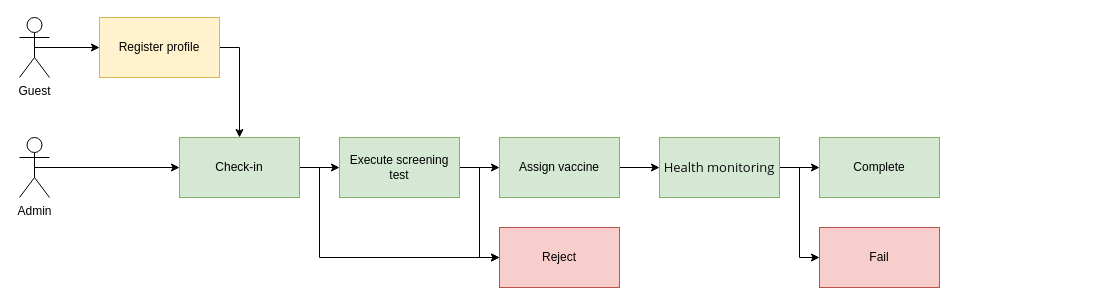
censodev/aptech_prj600 keeps this draw.io diagram as page "Injection Flow" (4 of 6) of docs/design.drawio. Above is the earlier version. Source tidied: cells renumbered, new cells numbered last; positions are measured from the earlier drawing's top-left corner, leaving out a move shared by most shapes. Both pictures are drawn from the tidied source at 100%, with x=0, y=0 at pixel (19, 17).
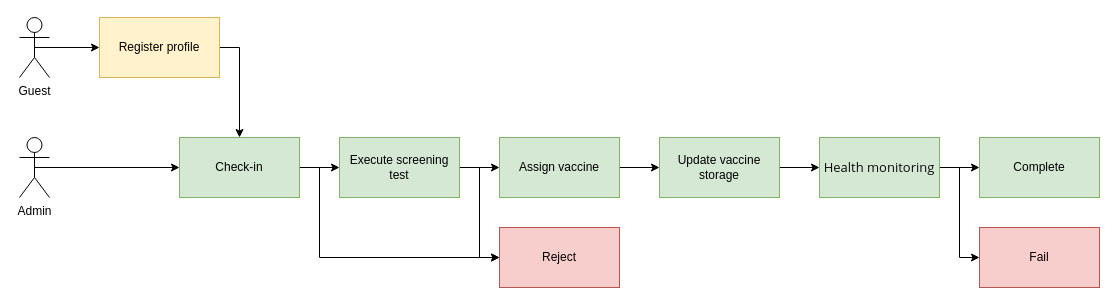
After the change.

The change refers to these unchanged cells:
```xml
<mxCell id="21" value="Assign vaccine" style="rounded=0;whiteSpace=wrap;html=1;fillColor=#d5e8d4;strokeColor=#82b366;" parent="1" vertex="1">
  <mxGeometry x="480" y="120" width="120" height="60" as="geometry" />
</mxCell>
```

What changed in the source:
```diff
@@
     <mxCell id="16" style="edgeStyle=orthogonalEdgeStyle;rounded=0;jettySize=auto;html=1;exitX=1;exitY=0.5;exitDx=0;exitDy=0;entryX=0;entryY=0.5;entryDx=0;entryDy=0;" parent="1" edge="1" source="17" target="19">
       <mxGeometry relative="1" as="geometry">
         <Array as="points">
-          <mxPoint x="780" y="150" />
-          <mxPoint x="780" y="240" />
+          <mxPoint x="940" y="150" />
+          <mxPoint x="940" y="240" />
         </Array>
       </mxGeometry>
     </mxCell>
     <mxCell id="17" value="&lt;span style=&quot;color: rgb(12 , 12 , 13) ; font-family: &amp;#34;segoe ui&amp;#34; , &amp;#34;san francisco&amp;#34; , &amp;#34;ubuntu&amp;#34; , &amp;#34;fira sans&amp;#34; , &amp;#34;roboto&amp;#34; , &amp;#34;arial&amp;#34; , &amp;#34;helvetica&amp;#34; , sans-serif ; font-size: 13px&quot;&gt;Health monitoring&lt;/span&gt;" style="rounded=0;whiteSpace=wrap;html=1;fillColor=#d5e8d4;strokeColor=#82b366;" parent="1" vertex="1">
-      <mxGeometry x="640" y="120" width="120" height="60" as="geometry" />
+      <mxGeometry x="800" y="120" width="120" height="60" as="geometry" />
     </mxCell>
     <mxCell id="18" value="Complete" style="rounded=0;whiteSpace=wrap;html=1;fillColor=#d5e8d4;strokeColor=#82b366;" parent="1" vertex="1">
-      <mxGeometry x="800" y="120" width="120" height="60" as="geometry" />
+      <mxGeometry x="960" y="120" width="120" height="60" as="geometry" />
     </mxCell>
     <mxCell id="19" value="Fail" style="rounded=0;whiteSpace=wrap;html=1;fillColor=#f8cecc;strokeColor=#b85450;" parent="1" vertex="1">
-      <mxGeometry x="800" y="210" width="120" height="60" as="geometry" />
+      <mxGeometry x="960" y="210" width="120" height="60" as="geometry" />
     </mxCell>
-    <mxCell id="20" style="edgeStyle=orthogonalEdgeStyle;rounded=0;jettySize=auto;html=1;exitX=1;exitY=0.5;exitDx=0;exitDy=0;entryX=0;entryY=0.5;entryDx=0;entryDy=0;" parent="1" edge="1" source="21" target="17">
-      <mxGeometry relative="1" as="geometry" />
-    </mxCell>
+    <mxCell id="22" style="edgeStyle=orthogonalEdgeStyle;rounded=0;jettySize=auto;html=1;exitX=1;exitY=0.5;exitDx=0;exitDy=0;entryX=0;entryY=0.5;entryDx=0;entryDy=0;" parent="1" edge="1" source="21" target="24">
+      <mxGeometry relative="1" as="geometry" />
+    </mxCell>
@@
+    <mxCell id="23" style="edgeStyle=orthogonalEdgeStyle;rounded=0;jettySize=auto;html=1;exitX=1;exitY=0.5;exitDx=0;exitDy=0;entryX=0;entryY=0.5;entryDx=0;entryDy=0;" parent="1" edge="1" source="24" target="17">
+      <mxGeometry relative="1" as="geometry" />
+    </mxCell>
+    <mxCell id="24" value="Update vaccine storage" style="rounded=0;whiteSpace=wrap;html=1;fillColor=#d5e8d4;strokeColor=#82b366;" parent="1" vertex="1">
+      <mxGeometry x="640" y="120" width="120" height="60" as="geometry" />
+    </mxCell>
```
